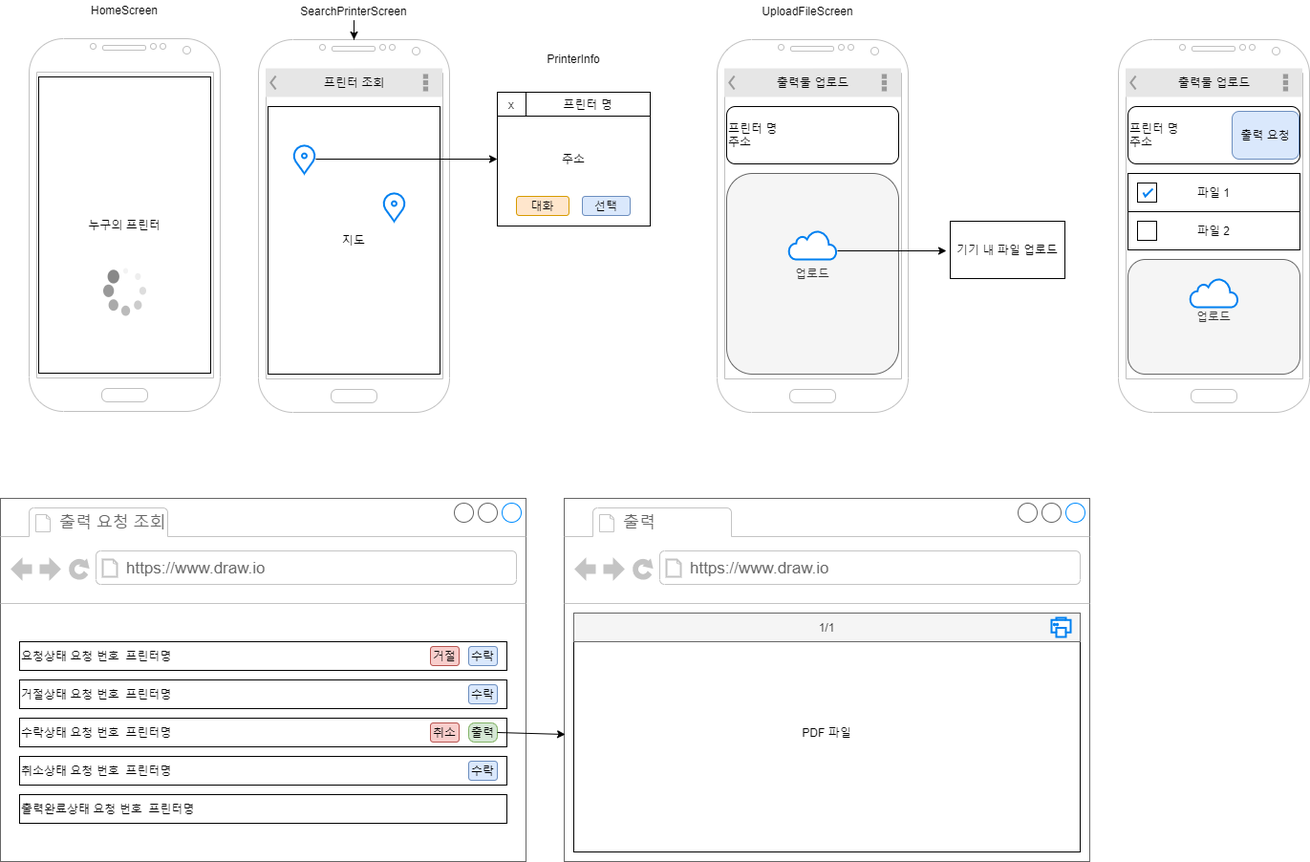
This is mock_up.png from chungkang/whose_printer, a draw.io export, as it was before one commit. Source tidied: cells renumbered, new cells last; positions are measured from the earlier drawing's top-left corner, leaving out a move shared by most shapes.
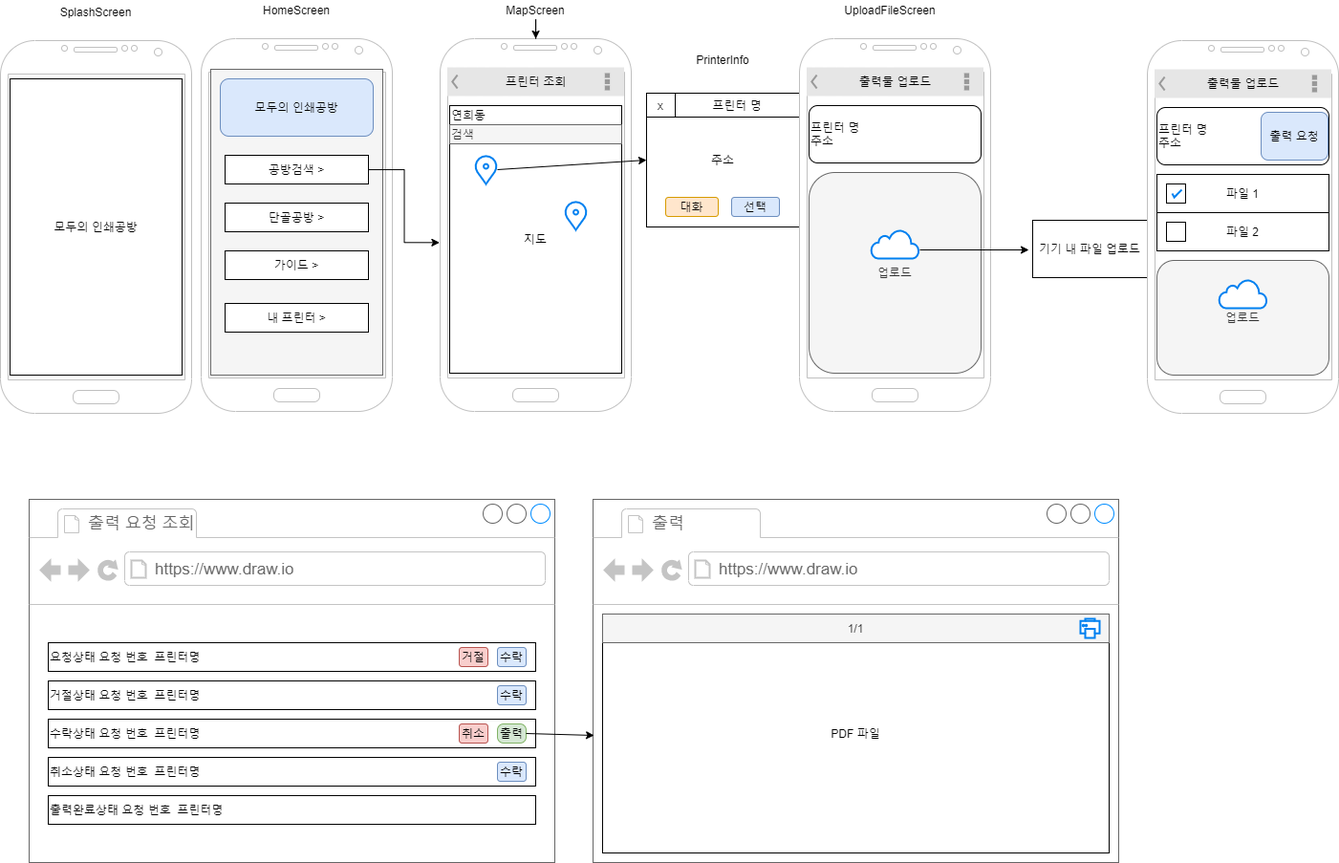
Above is the later version.

Diff of the diagram source:
```diff
@@ -3,57 +3,57 @@
     <mxCell id="0" />
     <mxCell id="1" parent="0" />
     <mxCell id="2" style="verticalLabelPosition=bottom;verticalAlign=top;html=1;shadow=0;dashed=0;strokeWidth=1;shape=mxgraph.android.phone2;strokeColor=#c0c0c0;" parent="1" vertex="1">
-      <mxGeometry x="270" y="41" width="200" height="390" as="geometry" />
+      <mxGeometry x="430" y="39" width="200" height="390" as="geometry" />
     </mxCell>
     <mxCell id="3" value="지도" style="rounded=0;whiteSpace=wrap;html=1;" parent="1" vertex="1">
-      <mxGeometry x="280" y="111" width="180" height="280" as="geometry" />
+      <mxGeometry x="440" y="109" width="180" height="280" as="geometry" />
     </mxCell>
     <mxCell id="4" value="프린터 조회" style="strokeWidth=1;html=1;shadow=0;dashed=0;shape=mxgraph.android.action_bar;fillColor=#E6E6E6;strokeColor=#c0c0c0;strokeWidth=2;" parent="1" vertex="1">
-      <mxGeometry x="277.5" y="71" width="185" height="30" as="geometry" />
+      <mxGeometry x="437.5" y="69" width="185" height="30" as="geometry" />
     </mxCell>
     <mxCell id="5" style="html=1;verticalLabelPosition=bottom;align=center;labelBackgroundColor=#ffffff;verticalAlign=top;strokeWidth=2;strokeColor=#0080F0;shadow=0;dashed=0;shape=mxgraph.ios7.icons.location;" parent="1" vertex="1">
-      <mxGeometry x="306" y="151" width="24" height="30" as="geometry" />
+      <mxGeometry x="466" y="161" width="24" height="30" as="geometry" />
     </mxCell>
     <mxCell id="6" style="html=1;verticalLabelPosition=bottom;align=center;labelBackgroundColor=#ffffff;verticalAlign=top;strokeWidth=2;strokeColor=#0080F0;shadow=0;dashed=0;shape=mxgraph.ios7.icons.location;" parent="1" vertex="1">
-      <mxGeometry x="400" y="201" width="24" height="30" as="geometry" />
+      <mxGeometry x="560" y="209" width="24" height="30" as="geometry" />
     </mxCell>
     <mxCell id="7" value="&lt;div&gt;주소&lt;/div&gt;" style="rounded=0;whiteSpace=wrap;html=1;" parent="1" vertex="1">
-      <mxGeometry x="520" y="96" width="160" height="140" as="geometry" />
+      <mxGeometry x="646" y="96" width="160" height="140" as="geometry" />
     </mxCell>
     <mxCell id="8" style="endArrow=classic;html=1;entryX=0;entryY=0.5;entryDx=0;entryDy=0;exitX=1;exitY=0.5;exitDx=0;exitDy=0;exitPerimeter=0;" parent="1" edge="1" source="5" target="7">
       <mxGeometry relative="1" as="geometry" />
     </mxCell>
     <mxCell id="9" value="선택" style="rounded=1;whiteSpace=wrap;html=1;fillColor=#dae8fc;strokeColor=#6c8ebf;" parent="1" vertex="1">
-      <mxGeometry x="609" y="205" width="50" height="20" as="geometry" />
+      <mxGeometry x="735" y="205" width="50" height="20" as="geometry" />
     </mxCell>
     <mxCell id="10" value="x" style="rounded=0;whiteSpace=wrap;html=1;" parent="1" vertex="1">
-      <mxGeometry x="520" y="96" width="30" height="25" as="geometry" />
+      <mxGeometry x="646" y="96" width="30" height="25" as="geometry" />
     </mxCell>
     <mxCell id="11" value="프린터 명" style="rounded=0;whiteSpace=wrap;html=1;" parent="1" vertex="1">
-      <mxGeometry x="550" y="96" width="130" height="25" as="geometry" />
+      <mxGeometry x="676" y="96" width="130" height="25" as="geometry" />
     </mxCell>
     <mxCell id="12" style="verticalLabelPosition=bottom;verticalAlign=top;html=1;shadow=0;dashed=0;strokeWidth=1;shape=mxgraph.android.phone2;strokeColor=#c0c0c0;" parent="1" vertex="1">
-      <mxGeometry x="750" y="41" width="200" height="390" as="geometry" />
+      <mxGeometry x="806" y="39" width="200" height="390" as="geometry" />
     </mxCell>
     <mxCell id="13" value="출력물 업로드" style="strokeWidth=1;html=1;shadow=0;dashed=0;shape=mxgraph.android.action_bar;fillColor=#E6E6E6;strokeColor=#c0c0c0;strokeWidth=2;" parent="1" vertex="1">
-      <mxGeometry x="757.5" y="71" width="185" height="30" as="geometry" />
+      <mxGeometry x="813.5" y="69" width="185" height="30" as="geometry" />
     </mxCell>
     <mxCell id="14" value="업로드" style="rounded=1;whiteSpace=wrap;html=1;fillColor=#f5f5f5;strokeColor=#666666;fontColor=#333333;" parent="1" vertex="1">
-      <mxGeometry x="760" y="181" width="180" height="210" as="geometry" />
+      <mxGeometry x="816" y="179" width="180" height="210" as="geometry" />
     </mxCell>
     <mxCell id="15" style="html=1;verticalLabelPosition=bottom;align=center;labelBackgroundColor=#ffffff;verticalAlign=top;strokeWidth=2;strokeColor=#0080F0;shadow=0;dashed=0;shape=mxgraph.ios7.icons.cloud;" parent="1" vertex="1">
-      <mxGeometry x="825" y="241" width="50" height="30" as="geometry" />
+      <mxGeometry x="881" y="239" width="50" height="30" as="geometry" />
     </mxCell>
     <mxCell id="16" value="&lt;div&gt;프린터 명&lt;/div&gt;&lt;div&gt;주소&lt;br&gt;&lt;/div&gt;" style="rounded=1;whiteSpace=wrap;html=1;align=left;" parent="1" vertex="1">
-      <mxGeometry x="760" y="111" width="180" height="60" as="geometry" />
+      <mxGeometry x="816" y="109" width="180" height="60" as="geometry" />
     </mxCell>
     <mxCell id="17" style="endArrow=classic;html=1;exitX=1.02;exitY=0.7;exitDx=0;exitDy=0;exitPerimeter=0;" parent="1" edge="1" source="15">
       <mxGeometry relative="1" as="geometry">
-        <mxPoint x="990" y="262" as="targetPoint" />
+        <mxPoint x="1046" y="260" as="targetPoint" />
       </mxGeometry>
     </mxCell>
     <mxCell id="18" value="기기 내 파일 업로드" style="rounded=0;whiteSpace=wrap;html=1;" parent="1" vertex="1">
-      <mxGeometry x="994" y="231" width="120" height="60" as="geometry" />
+      <mxGeometry x="1050" y="229" width="120" height="60" as="geometry" />
     </mxCell>
     <mxCell id="19" style="verticalLabelPosition=bottom;verticalAlign=top;html=1;shadow=0;dashed=0;strokeWidth=1;shape=mxgraph.android.phone2;strokeColor=#c0c0c0;" parent="1" vertex="1">
       <mxGeometry x="1170" y="41" width="200" height="390" as="geometry" />
@@ -152,31 +152,61 @@
       <mxGeometry relative="1" as="geometry" />
     </mxCell>
     <mxCell id="51" value="대화" style="rounded=1;whiteSpace=wrap;html=1;fillColor=#ffe6cc;strokeColor=#d79b00;" parent="1" vertex="1">
-      <mxGeometry x="540" y="205" width="55" height="20" as="geometry" />
+      <mxGeometry x="666" y="205" width="55" height="20" as="geometry" />
     </mxCell>
     <mxCell id="52" style="edgeStyle=orthogonalEdgeStyle;rounded=0;jettySize=auto;html=1;" parent="1" edge="1" source="53" target="2">
       <mxGeometry relative="1" as="geometry" />
     </mxCell>
-    <mxCell id="53" value="&lt;div&gt;SearchPrinterScreen&lt;/div&gt;" style="text;html=1;strokeColor=none;fillColor=none;align=center;verticalAlign=middle;whiteSpace=wrap;rounded=0;" parent="1" vertex="1">
-      <mxGeometry x="350" y="1" width="40" height="20" as="geometry" />
+    <mxCell id="53" value="MapScreen" style="text;html=1;strokeColor=none;fillColor=none;align=center;verticalAlign=middle;whiteSpace=wrap;rounded=0;" parent="1" vertex="1">
+      <mxGeometry x="510" y="-1" width="40" height="20" as="geometry" />
     </mxCell>
     <mxCell id="54" value="&lt;div&gt;UploadFileScreen&lt;/div&gt;" style="text;html=1;strokeColor=none;fillColor=none;align=center;verticalAlign=middle;whiteSpace=wrap;rounded=0;" parent="1" vertex="1">
-      <mxGeometry x="825" y="1" width="40" height="20" as="geometry" />
+      <mxGeometry x="881" y="-1" width="40" height="20" as="geometry" />
     </mxCell>
     <mxCell id="55" value="PrinterInfo" style="text;html=1;strokeColor=none;fillColor=none;align=center;verticalAlign=middle;whiteSpace=wrap;rounded=0;" parent="1" vertex="1">
-      <mxGeometry x="580" y="51" width="40" height="20" as="geometry" />
+      <mxGeometry x="706" y="51" width="40" height="20" as="geometry" />
     </mxCell>
     <mxCell id="56" style="verticalLabelPosition=bottom;verticalAlign=top;html=1;shadow=0;dashed=0;strokeWidth=1;shape=mxgraph.android.phone2;strokeColor=#c0c0c0;" parent="1" vertex="1">
-      <mxGeometry x="30" y="40" width="200" height="390" as="geometry" />
+      <mxGeometry x="-30" y="41" width="200" height="390" as="geometry" />
     </mxCell>
-    <mxCell id="57" value="HomeScreen" style="text;html=1;strokeColor=none;fillColor=none;align=center;verticalAlign=middle;whiteSpace=wrap;rounded=0;" parent="1" vertex="1">
-      <mxGeometry x="110" width="40" height="20" as="geometry" />
+    <mxCell id="57" value="SplashScreen" style="text;html=1;strokeColor=none;fillColor=none;align=center;verticalAlign=middle;whiteSpace=wrap;rounded=0;" parent="1" vertex="1">
+      <mxGeometry x="50" y="1" width="40" height="20" as="geometry" />
     </mxCell>
-    <mxCell id="58" value="&lt;div&gt;누구의 프린터&lt;/div&gt;" style="rounded=0;whiteSpace=wrap;html=1;" parent="1" vertex="1">
-      <mxGeometry x="40" y="80" width="180" height="310" as="geometry" />
+    <mxCell id="58" value="모두의 인쇄공방" style="rounded=0;whiteSpace=wrap;html=1;" parent="1" vertex="1">
+      <mxGeometry x="-20" y="81" width="180" height="310" as="geometry" />
     </mxCell>
-    <mxCell id="59" style="verticalLabelPosition=bottom;shadow=0;dashed=0;align=center;html=1;verticalAlign=top;strokeWidth=1;shape=mxgraph.mockup.misc.loading_circle_1;" parent="1" vertex="1">
-      <mxGeometry x="107.5" y="280" width="45" height="50" as="geometry" />
-    </mxCell>
+    <mxCell id="60" style="verticalLabelPosition=bottom;verticalAlign=top;html=1;shadow=0;dashed=0;strokeWidth=1;shape=mxgraph.android.phone2;strokeColor=#c0c0c0;" parent="1" vertex="1">
+      <mxGeometry x="180" y="39" width="200" height="390" as="geometry" />
+    </mxCell>
+    <mxCell id="61" style="rounded=0;whiteSpace=wrap;html=1;fillColor=#f5f5f5;strokeColor=#666666;fontColor=#333333;" parent="1" vertex="1">
+      <mxGeometry x="190" y="71" width="180" height="320" as="geometry" />
+    </mxCell>
+    <mxCell id="62" value="HomeScreen" style="text;html=1;strokeColor=none;fillColor=none;align=center;verticalAlign=middle;whiteSpace=wrap;rounded=0;" parent="1" vertex="1">
+      <mxGeometry x="260" y="-1" width="40" height="20" as="geometry" />
+    </mxCell>
+    <mxCell id="63" value="모두의 인쇄공방" style="rounded=1;whiteSpace=wrap;html=1;fillColor=#dae8fc;strokeColor=#6c8ebf;" parent="1" vertex="1">
+      <mxGeometry x="200" y="81" width="160" height="60" as="geometry" />
+    </mxCell>
+    <mxCell id="64" style="edgeStyle=orthogonalEdgeStyle;rounded=0;jettySize=auto;html=1;entryX=-0.003;entryY=0.547;entryDx=0;entryDy=0;entryPerimeter=0;" parent="1" edge="1" source="65" target="2">
+      <mxGeometry relative="1" as="geometry" />
+    </mxCell>
+    <mxCell id="65" value="공방검색 &amp;gt;" style="rounded=0;whiteSpace=wrap;html=1;" parent="1" vertex="1">
+      <mxGeometry x="205" y="161" width="150" height="30" as="geometry" />
+    </mxCell>
+    <mxCell id="66" value="단골공방 &amp;gt;" style="rounded=0;whiteSpace=wrap;html=1;" parent="1" vertex="1">
+      <mxGeometry x="205" y="211" width="150" height="30" as="geometry" />
+    </mxCell>
+    <mxCell id="67" value="가이드 &amp;gt;" style="rounded=0;whiteSpace=wrap;html=1;" parent="1" vertex="1">
+      <mxGeometry x="205" y="261" width="150" height="30" as="geometry" />
+    </mxCell>
+    <mxCell id="68" value="내 프린터 &amp;gt;" style="rounded=0;whiteSpace=wrap;html=1;" parent="1" vertex="1">
+      <mxGeometry x="205" y="316" width="150" height="30" as="geometry" />
+    </mxCell>
+    <mxCell id="69" value="검색" style="rounded=0;whiteSpace=wrap;html=1;align=left;fillColor=#f5f5f5;strokeColor=#666666;fontColor=#333333;" parent="1" vertex="1">
+      <mxGeometry x="440" y="129" width="180" height="20" as="geometry" />
+    </mxCell>
+    <mxCell id="70" value="연희동" style="text;html=1;strokeColor=none;fillColor=none;align=center;verticalAlign=middle;whiteSpace=wrap;rounded=0;" parent="1" vertex="1">
+      <mxGeometry x="440" y="109" width="40" height="20" as="geometry" />
+    </mxCell>
   </root>
 </mxGraphModel>
```
